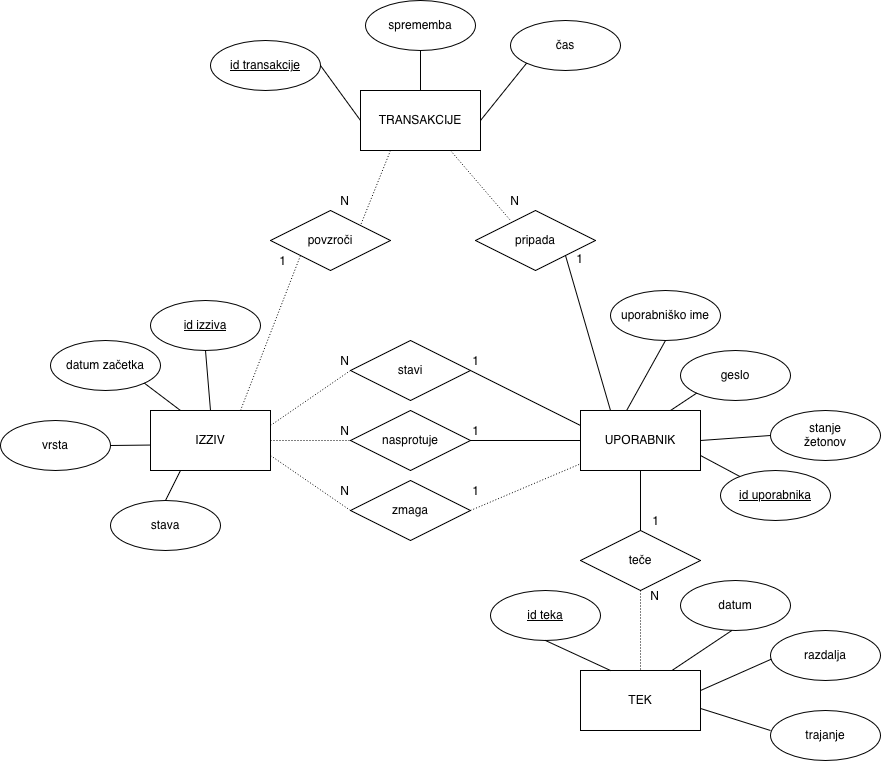
The draw.io diagram er-diagram.png in tilenzabkar/OPB-RunDuel, before a commit. Source tidied: cells renumbered, new cells last; positions are measured from the earlier drawing's top-left corner, leaving out a move shared by most shapes.
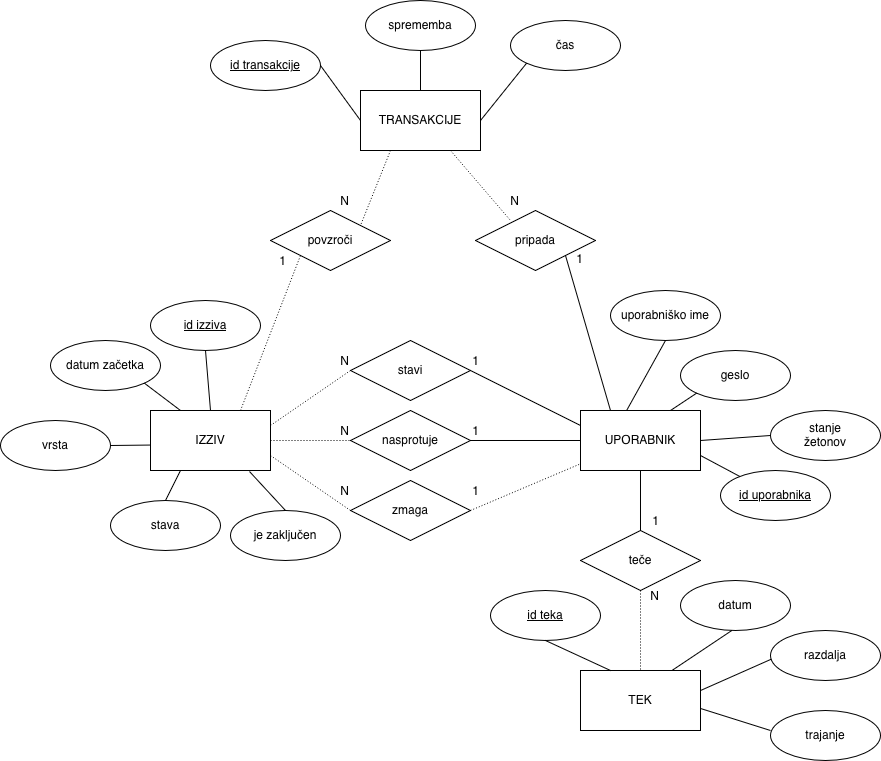
The same diagram one commit later.

Diff of the diagram source:
```diff
@@ -207,5 +207,11 @@
     <mxCell id="65" style="endArrow=none;html=1;rounded=0;dashed=1;dashPattern=1 2;entryX=0;entryY=1;entryDx=0;entryDy=0;exitX=0.75;exitY=0;exitDx=0;exitDy=0;" parent="1" edge="1" source="17" target="52">
       <mxGeometry relative="1" as="geometry" />
     </mxCell>
+    <mxCell id="66" value="je zaključen" style="ellipse;whiteSpace=wrap;html=1;" parent="1" vertex="1">
+      <mxGeometry x="230" y="510" width="110" height="50" as="geometry" />
+    </mxCell>
+    <mxCell id="67" style="endArrow=none;html=1;rounded=0;exitX=0.5;exitY=0;exitDx=0;exitDy=0;entryX=0.825;entryY=1.017;entryDx=0;entryDy=0;entryPerimeter=0;" parent="1" edge="1" source="66" target="17">
+      <mxGeometry relative="1" as="geometry" />
+    </mxCell>
   </root>
 </mxGraphModel>
```
